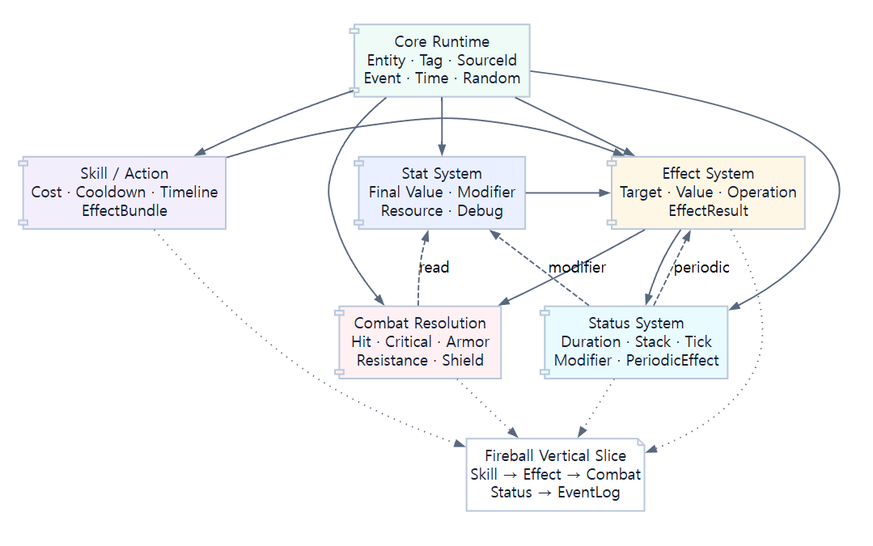
Before: assets/diagrams/38_full_framework_dependency_map.png, a diagram exported from Graphviz (JY-LemongO/game-system-framework-knowledge-site). Its source is kept beside it as source/diagrams/38_full_framework_dependency_map.dot.
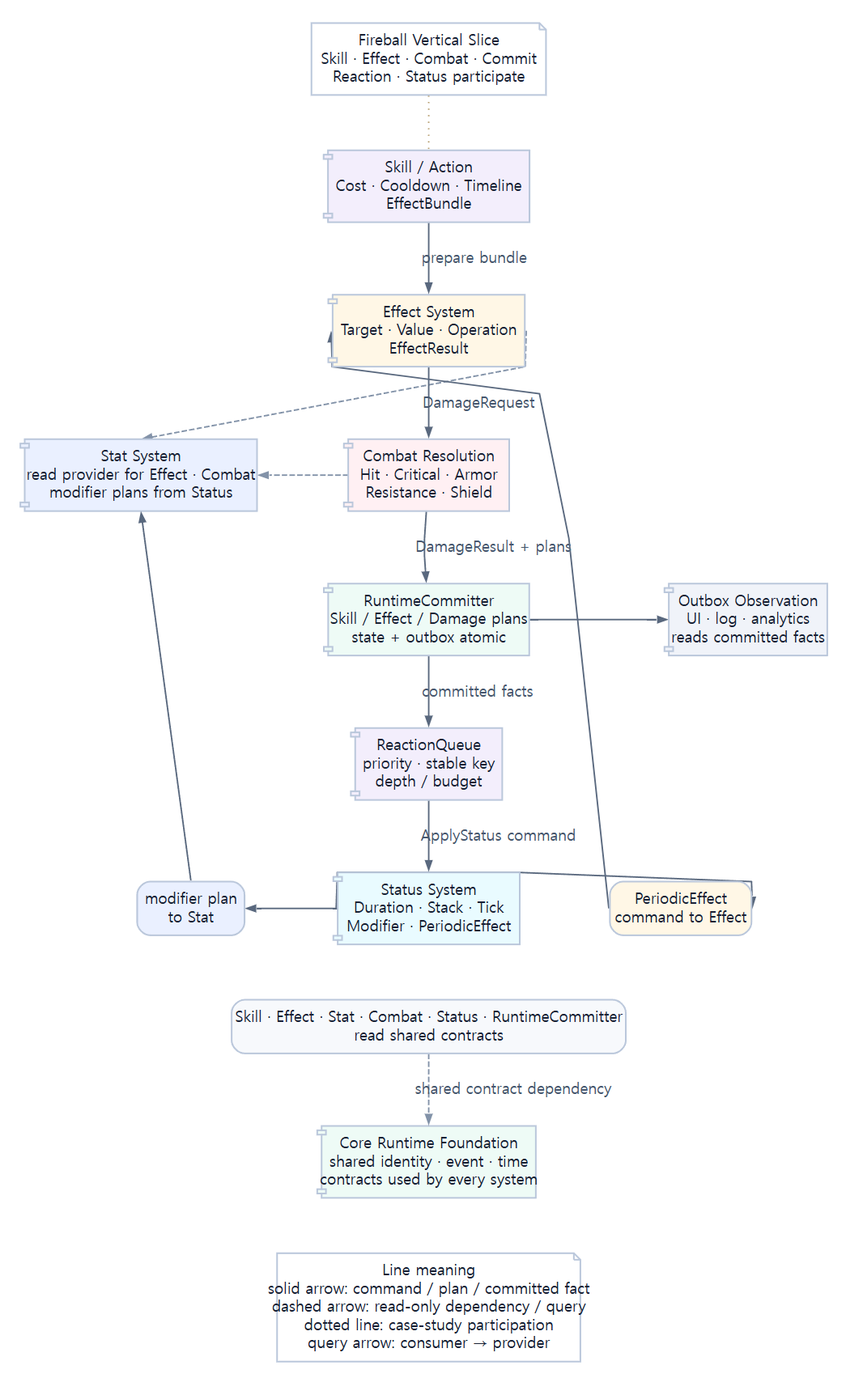
The same diagram one commit later.

What changed in the source:
```diff
@@ -1,36 +1,44 @@
 digraph G {
-  graph [fontname="Noto Sans CJK KR", bgcolor="#ffffff", margin=0.12, pad=0.30, ranksep=0.75, nodesep=0.55, splines=true];
+  graph [fontname="Noto Sans CJK KR", bgcolor="#ffffff", margin=0.12, pad=0.30, ranksep=0.68, nodesep=0.58, splines=polyline, newrank=true, outputorder=edgesfirst];
   node [fontname="Noto Sans CJK KR", shape=box, style="rounded,filled", color="#bac7db", penwidth=1.5, fillcolor="#ffffff", fontcolor="#182033", margin="0.16,0.11"];
-  edge [fontname="Noto Sans CJK KR", color="#59687e", arrowsize=0.8, penwidth=1.4];
+  edge [fontname="Noto Sans CJK KR", color="#59687e", fontcolor="#46566e", arrowsize=0.8, penwidth=1.4];
   rankdir=TB;
 
-  Core [shape=component, fillcolor="#eefbf6", label="Core Runtime\nEntity · Tag · SourceId\nEvent · Time · Random"];
-  Stat [shape=component, fillcolor="#eaf0ff", label="Stat System\nFinal Value · Modifier\nResource · Debug"];
-  Effect [shape=component, fillcolor="#fff7e6", label="Effect System\nTarget · Value · Operation\nEffectResult"];
-  Skill [shape=component, fillcolor="#f3eefc", label="Skill / Action\nCost · Cooldown · Timeline\nEffectBundle"];
-  Combat [shape=component, fillcolor="#fff0f3", label="Combat Resolution\nHit · Critical · Armor\nResistance · Shield"];
-  Status [shape=component, fillcolor="#e9fbff", label="Status System\nDuration · Stack · Tick\nModifier · PeriodicEffect"];
-  Fireball [shape=note, fillcolor="#ffffff", label="Fireball Vertical Slice\nSkill → Effect → Combat\nStatus → EventLog"];
+  Core [shape=component, fillcolor="#eefbf6", label="Core Runtime Foundation\nshared identity · event · time\ncontracts used by every system"];
+  Stat [shape=component, group="left", fillcolor="#eaf0ff", label="Stat System\nread provider for Effect · Combat\nmodifier plans from Status"];
+  Effect [shape=component, group="main", fillcolor="#fff7e6", label="Effect System\nTarget · Value · Operation\nEffectResult"];
+  Skill [shape=component, group="main", fillcolor="#f3eefc", label="Skill / Action\nCost · Cooldown · Timeline\nEffectBundle"];
+  Combat [shape=component, group="main", fillcolor="#fff0f3", label="Combat Resolution\nHit · Critical · Armor\nResistance · Shield"];
+  Status [shape=component, group="main", fillcolor="#e9fbff", label="Status System\nDuration · Stack · Tick\nModifier · PeriodicEffect"];
+  Commit [shape=component, group="main", fillcolor="#eefbf6", label="RuntimeCommitter\nSkill / Effect / Damage plans\nstate + outbox atomic"];
+  Reaction [shape=component, group="main", fillcolor="#f3eefc", label="ReactionQueue\npriority · stable key\ndepth / budget"];
+  Observation [shape=component, group="right", fillcolor="#f0f3f9", label="Outbox Observation\nUI · log · analytics\nreads committed facts"];
+  Modifier [shape=box, group="left", fillcolor="#eaf0ff", label="modifier plan\nto Stat"];
+  Periodic [shape=box, group="right", fillcolor="#fff7e6", label="PeriodicEffect\ncommand to Effect"];
+  CoreConsumers [shape=box, fillcolor="#f7f9fc", label="Skill · Effect · Stat · Combat · Status · RuntimeCommitter\nread shared contracts"];
+  Legend [shape=note, fillcolor="#ffffff", label="Line meaning\nsolid arrow: command / plan / committed fact\ndashed arrow: read-only dependency / query\ndotted line: case-study participation\nquery arrow: consumer → provider"];
+  Fireball [shape=note, fillcolor="#ffffff", label="Fireball Vertical Slice\nSkill · Effect · Combat · Commit\nReaction · Status participate"];
 
-  { rank=same; Stat; Effect; Skill; }
-  { rank=same; Combat; Status; }
+  { rank=same; Combat; Stat; }
+  { rank=same; Commit; Observation; }
+  { rank=same; Modifier; Status; Periodic; }
 
-  Core -> Stat;
-  Core -> Effect;
-  Core -> Skill;
-  Core -> Combat;
-  Core -> Status;
+  Fireball -> Skill [style=dotted, color="#a78b53", dir=none];
+  Skill -> Effect [label="prepare bundle"];
+  Effect -> Combat [label="DamageRequest"];
+  Combat -> Commit [label="DamageResult + plans"];
+  Commit -> Reaction [label="committed facts"];
+  Reaction -> Status [label="ApplyStatus command"];
 
-  Stat -> Effect;
-  Skill -> Effect;
-  Effect -> Combat;
-  Effect -> Status;
-  Combat -> Stat [style=dashed, label="read"];
-  Status -> Stat [style=dashed, label="modifier"];
-  Status -> Effect [style=dashed, label="periodic"];
+  Effect:e -> Stat:n [style=dashed, color="#8292a8", constraint=false];
+  Combat:w -> Stat:e [style=dashed, color="#8292a8", constraint=false];
+  Status:w -> Modifier:e [constraint=false];
+  Modifier:n -> Stat:s [constraint=false];
+  Commit:e -> Observation:w [constraint=false];
+  Status:w -> Periodic:e [constraint=false];
+  Periodic:w -> Effect:w [constraint=false];
 
-  Skill -> Fireball [style=dotted];
-  Effect -> Fireball [style=dotted];
-  Combat -> Fireball [style=dotted];
-  Status -> Fireball [style=dotted];
+  Status -> CoreConsumers [style=invis, weight=8];
+  CoreConsumers -> Core [style=dashed, color="#8292a8", label="shared contract dependency"];
+  Core -> Legend [style=invis, weight=8];
 }
```
